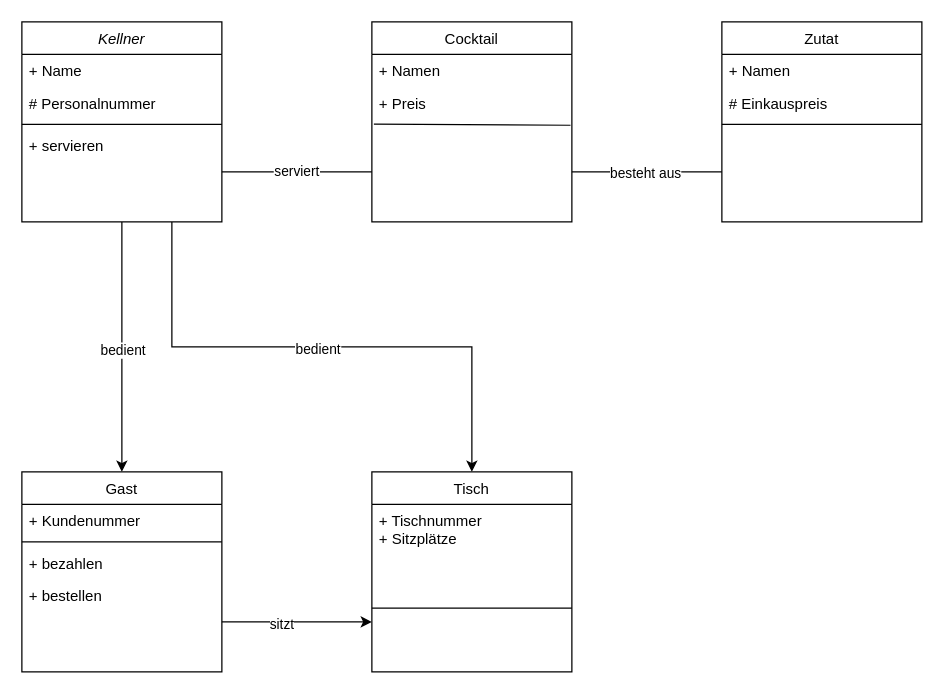
This is 01-05 ER, XML und Klassendiagramm/Aufgabe02/Aufgabe02.drawio from R4Tobi/modellierung, a draw.io file, before an edit. Source tidied: cells renumbered, new cells numbered last; positions are measured from the earlier drawing's top-left corner, leaving out a move shared by most shapes. Both pictures are drawn from the tidied source at 125%, with x=0, y=0 at pixel (21, 21).
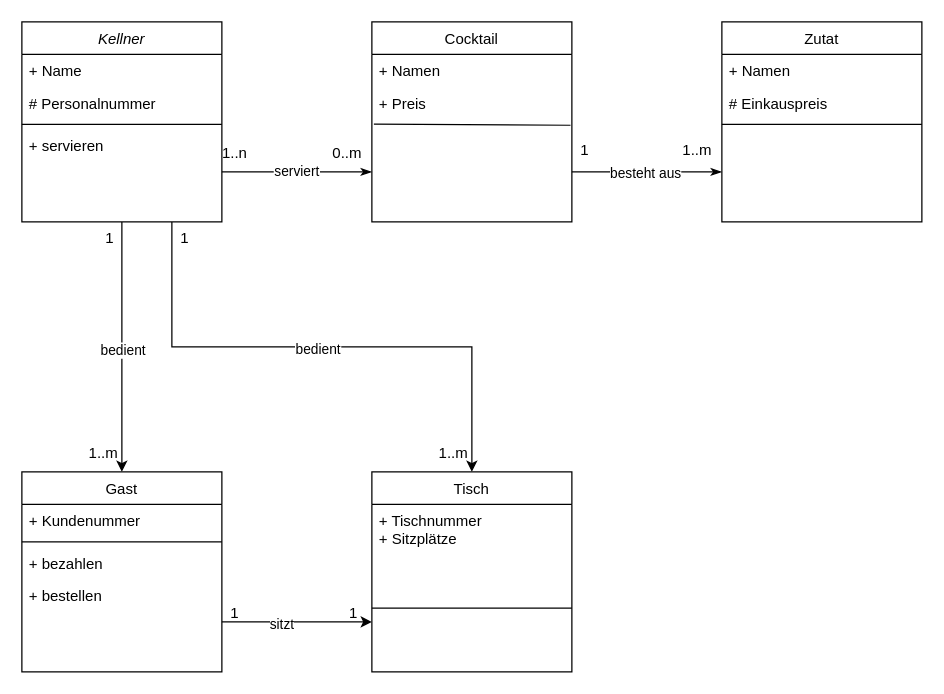
The same diagram, later.

Unchanged cells that the change refers to:
```xml
<mxCell id="6" value="Kellner" style="swimlane;fontStyle=2;align=center;verticalAlign=top;horizontal=1;startSize=26;rounded=0;shadow=0;strokeWidth=1;" parent="1" vertex="1">
  <mxGeometry width="160" height="160" as="geometry" />
</mxCell>
<mxCell id="23" value="Cocktail&#10;" style="swimlane;fontStyle=0;align=center;verticalAlign=top;horizontal=1;startSize=26;rounded=0;shadow=0;strokeWidth=1;" parent="1" vertex="1">
  <mxGeometry x="280" width="160" height="160" as="geometry" />
</mxCell>
<mxCell id="27" value="Zutat" style="swimlane;fontStyle=0;align=center;verticalAlign=top;horizontal=1;startSize=26;rounded=0;shadow=0;strokeWidth=1;" parent="1" vertex="1">
  <mxGeometry x="560" width="160" height="160" as="geometry" />
</mxCell>
```

Diff of the diagram source:
```diff
@@
-    <mxCell id="21" style="edgeStyle=orthogonalEdgeStyle;rounded=0;jettySize=auto;html=1;exitX=1;exitY=0.75;exitDx=0;exitDy=0;entryX=0;entryY=0.75;entryDx=0;entryDy=0;endArrow=none;endFill=0;" parent="1" edge="1" source="23" target="27">
+    <mxCell id="21" style="edgeStyle=orthogonalEdgeStyle;rounded=0;jettySize=auto;html=1;exitX=1;exitY=0.75;exitDx=0;exitDy=0;entryX=0;entryY=0.75;entryDx=0;entryDy=0;endArrow=classicThin;endFill=1;" parent="1" edge="1" source="23" target="27">
       <mxGeometry relative="1" as="geometry" />
     </mxCell>
@@
-    <mxCell id="31" style="edgeStyle=orthogonalEdgeStyle;rounded=0;jettySize=auto;html=1;exitX=1;exitY=0.75;exitDx=0;exitDy=0;entryX=0;entryY=0.75;entryDx=0;entryDy=0;endArrow=none;endFill=0;" parent="1" edge="1" source="6" target="23">
+    <mxCell id="31" style="edgeStyle=orthogonalEdgeStyle;rounded=0;jettySize=auto;html=1;exitX=1;exitY=0.75;exitDx=0;exitDy=0;entryX=0;entryY=0.75;entryDx=0;entryDy=0;endArrow=classicThin;endFill=1;" parent="1" edge="1" source="6" target="23">
       <mxGeometry relative="1" as="geometry" />
     </mxCell>
@@
+    <mxCell id="33" value="1" style="text;html=1;align=center;verticalAlign=middle;strokeColor=none;fillColor=none;" parent="1" vertex="1">
+      <mxGeometry x="55" y="158" width="30" height="30" as="geometry" />
+    </mxCell>
+    <mxCell id="34" value="1..m" style="text;html=1;align=center;verticalAlign=middle;strokeColor=none;fillColor=none;" parent="1" vertex="1">
+      <mxGeometry x="40" y="330" width="50" height="30" as="geometry" />
+    </mxCell>
+    <mxCell id="35" value="1..m" style="text;html=1;align=center;verticalAlign=middle;strokeColor=none;fillColor=none;" parent="1" vertex="1">
+      <mxGeometry x="320" y="330" width="50" height="30" as="geometry" />
+    </mxCell>
+    <mxCell id="36" value="1..n" style="text;html=1;align=center;verticalAlign=middle;strokeColor=none;fillColor=none;" parent="1" vertex="1">
+      <mxGeometry x="150" y="90" width="40" height="30" as="geometry" />
+    </mxCell>
+    <mxCell id="37" value="0..m" style="text;html=1;align=center;verticalAlign=middle;strokeColor=none;fillColor=none;" parent="1" vertex="1">
+      <mxGeometry x="235" y="90" width="50" height="30" as="geometry" />
+    </mxCell>
+    <mxCell id="38" value="1" style="text;html=1;align=center;verticalAlign=middle;strokeColor=none;fillColor=none;" parent="1" vertex="1">
+      <mxGeometry x="435" y="88" width="30" height="30" as="geometry" />
+    </mxCell>
+    <mxCell id="39" value="1..m" style="text;html=1;align=center;verticalAlign=middle;strokeColor=none;fillColor=none;" parent="1" vertex="1">
+      <mxGeometry x="515" y="88" width="50" height="30" as="geometry" />
+    </mxCell>
+    <mxCell id="40" value="1" style="text;html=1;align=center;verticalAlign=middle;strokeColor=none;fillColor=none;" parent="1" vertex="1">
+      <mxGeometry x="115" y="158" width="30" height="30" as="geometry" />
+    </mxCell>
+    <mxCell id="41" value="1" style="text;html=1;align=center;verticalAlign=middle;strokeColor=none;fillColor=none;" parent="1" vertex="1">
+      <mxGeometry x="155" y="458" width="30" height="30" as="geometry" />
+    </mxCell>
+    <mxCell id="42" value="1" style="text;html=1;align=center;verticalAlign=middle;strokeColor=none;fillColor=none;" parent="1" vertex="1">
+      <mxGeometry x="250" y="458" width="30" height="30" as="geometry" />
+    </mxCell>
```
